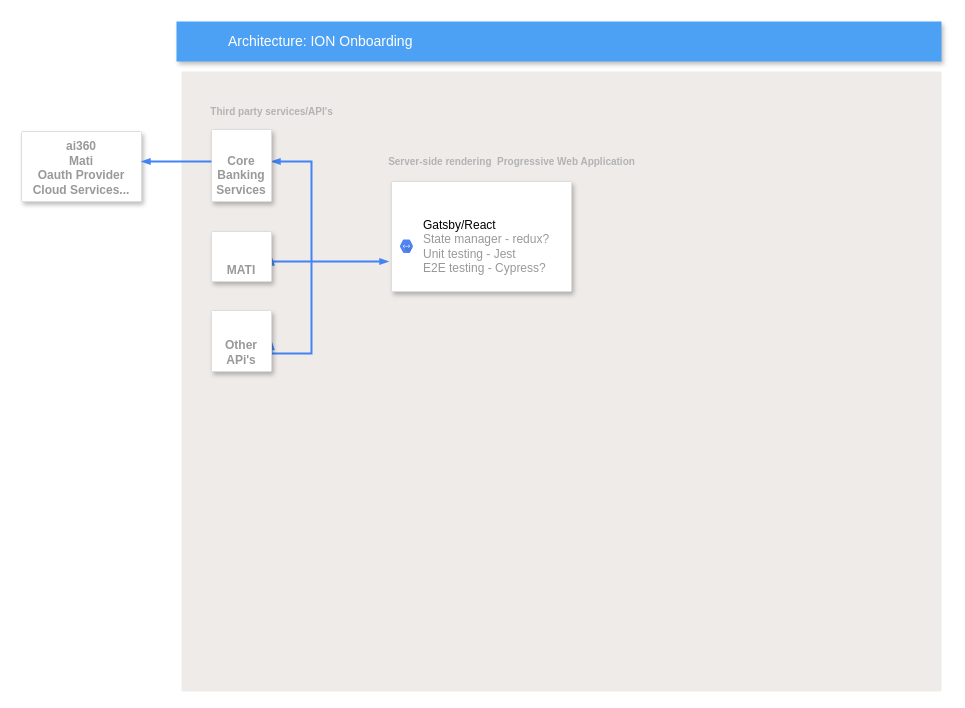
Earlier version of the draw.io diagram src/ION Onboarding Architecture.drawio (axnotliztac10/baraton-store). Source tidied: cells renumbered, new cells numbered last; positions are measured from the earlier drawing's top-left corner, leaving out a move shared by most shapes. Both pictures are drawn from the tidied source at 100%, with x=0, y=0 at pixel (21, 21).
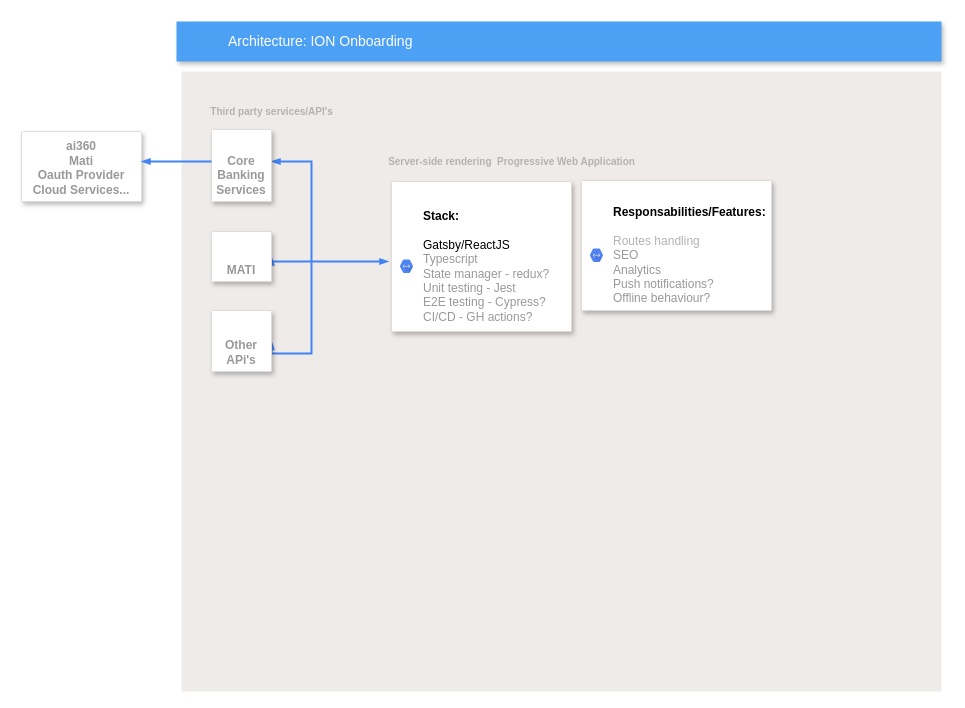
The same page after the edit.

Change to the diagram source:
```diff
@@
     <mxCell id="4" style="strokeColor=#dddddd;fillColor=#ffffff;shadow=1;strokeWidth=1;rounded=1;absoluteArcSize=1;arcSize=2;fontSize=14;fontColor=#808080;align=left;html=1;" parent="1" vertex="1">
-      <mxGeometry x="370" y="160" width="180" height="110" as="geometry" />
+      <mxGeometry x="370" y="160" width="180" height="150" as="geometry" />
     </mxCell>
-    <mxCell id="5" value="&lt;font color=&quot;#000000&quot;&gt;Gatsby/React&lt;/font&gt;&lt;br&gt;State manager - redux?&lt;br&gt;Unit testing - Jest&lt;br&gt;E2E testing - Cypress?&lt;br&gt;" style="dashed=0;html=1;fillColor=#5184F3;strokeColor=none;shape=mxgraph.gcp2.hexIcon;prIcon=cloud_endpoints;labelPosition=right;verticalLabelPosition=middle;align=left;verticalAlign=middle;spacingLeft=5;fontColor=#999999;fontSize=12;" parent="4" vertex="1">
+    <mxCell id="5" value="&lt;font color=&quot;#000000&quot;&gt;&lt;b&gt;Stack:&lt;/b&gt;&lt;br&gt;&lt;br&gt;Gatsby/ReactJS&lt;br&gt;&lt;/font&gt;Typescript&lt;br&gt;State manager - redux?&lt;br&gt;Unit testing - Jest&lt;br&gt;E2E testing - Cypress?&lt;br&gt;CI/CD - GH actions?" style="dashed=0;html=1;fillColor=#5184F3;strokeColor=none;shape=mxgraph.gcp2.hexIcon;prIcon=cloud_endpoints;labelPosition=right;verticalLabelPosition=middle;align=left;verticalAlign=middle;spacingLeft=5;fontColor=#999999;fontSize=12;" parent="4" vertex="1">
       <mxGeometry y="0.5" width="20" height="19.5" relative="1" as="geometry">
         <mxPoint x="5" as="offset" />
       </mxGeometry>
     </mxCell>
@@
+    <mxCell id="15" style="strokeColor=#dddddd;fillColor=#ffffff;shadow=1;strokeWidth=1;rounded=1;absoluteArcSize=1;arcSize=2;fontSize=14;fontColor=#808080;align=left;html=1;" parent="1" vertex="1">
+      <mxGeometry x="560" y="159" width="190" height="130" as="geometry" />
+    </mxCell>
+    <mxCell id="16" value="&lt;b style=&quot;color: rgb(0 , 0 , 0)&quot;&gt;Responsabilities/Features:&lt;/b&gt;&lt;br&gt;&lt;br&gt;&lt;font color=&quot;#b3b3b3&quot;&gt;Routes handling&lt;br&gt;&lt;/font&gt;SEO&lt;br&gt;Analytics&lt;br&gt;Push notifications?&lt;br&gt;Offline behaviour?&lt;br&gt;" style="dashed=0;html=1;fillColor=#5184F3;strokeColor=none;shape=mxgraph.gcp2.hexIcon;prIcon=cloud_endpoints;labelPosition=right;verticalLabelPosition=middle;align=left;verticalAlign=middle;spacingLeft=5;fontColor=#999999;fontSize=12;" parent="15" vertex="1">
+      <mxGeometry y="0.5" width="20" height="19.5" relative="1" as="geometry">
+        <mxPoint x="5" as="offset" />
+      </mxGeometry>
+    </mxCell>
```
